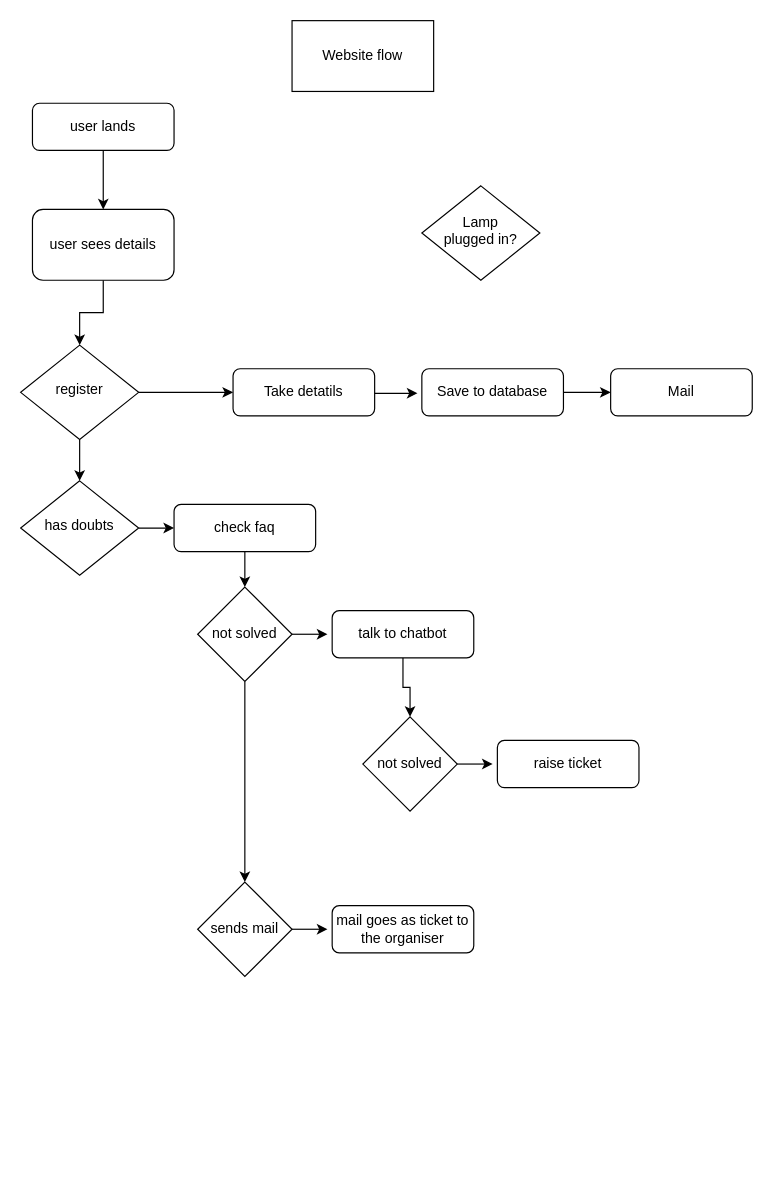
The draw.io diagram Untitled Diagram.drawio in aviiciii/misc, before the edit. Source tidied: cells renumbered, new cells numbered last; positions are measured from the earlier drawing's top-left corner, leaving out a move shared by most shapes. Both pictures are drawn from the tidied source at 118%, with x=0, y=0 at pixel (20, 20).
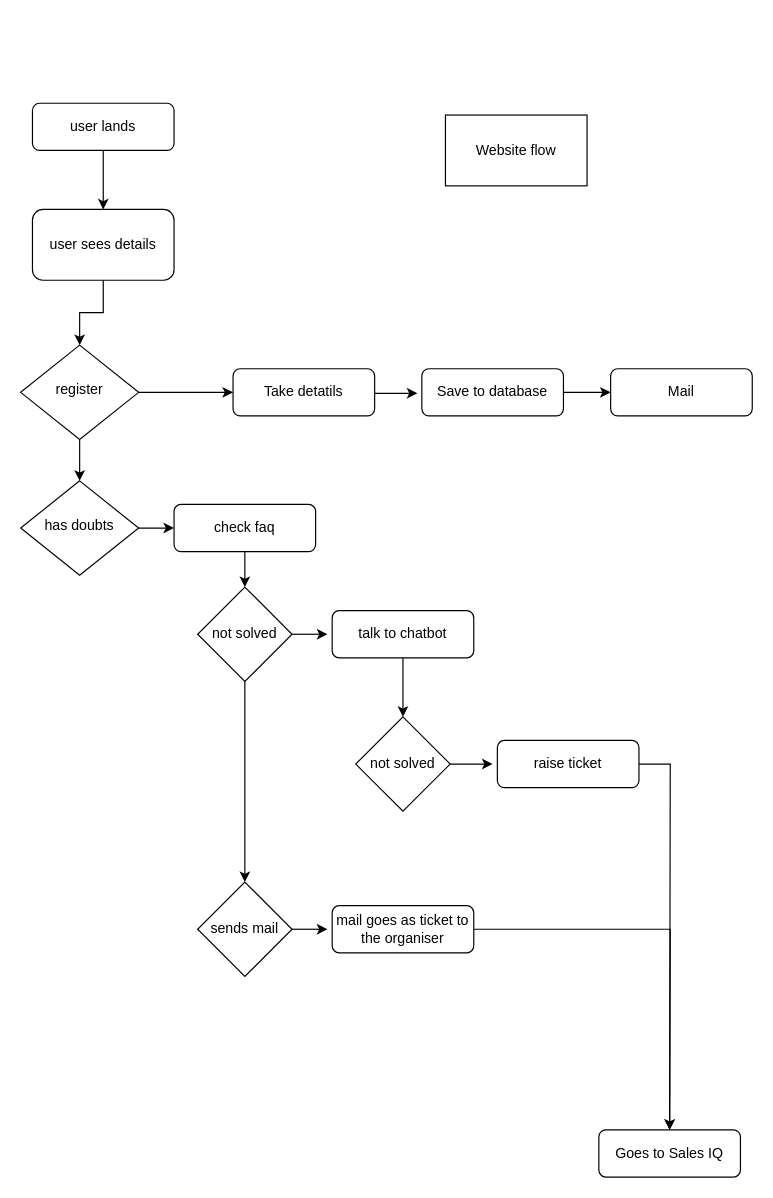
The same page after the edit.

Unchanged cells that the change refers to:
```xml
<mxCell id="27" value="raise ticket" style="rounded=1;whiteSpace=wrap;html=1;fontSize=12;glass=0;strokeWidth=1;shadow=0;" parent="1" vertex="1">
  <mxGeometry x="404" y="610" width="120" height="40" as="geometry" />
</mxCell>
<mxCell id="28" value="mail goes as ticket to the organiser" style="rounded=1;whiteSpace=wrap;html=1;fontSize=12;glass=0;strokeWidth=1;shadow=0;" parent="1" vertex="1">
  <mxGeometry x="264" y="750" width="120" height="40" as="geometry" />
</mxCell>
```

The edit, as a diff of the source:
```diff
@@
-    <mxCell id="4" value="Lamp&lt;br&gt;plugged in?" style="rhombus;whiteSpace=wrap;html=1;shadow=0;fontFamily=Helvetica;fontSize=12;align=center;strokeWidth=1;spacing=6;spacingTop=-4;" parent="1" vertex="1">
-      <mxGeometry x="340" y="140" width="100" height="80" as="geometry" />
-    </mxCell>
@@
     <mxCell id="11" value="Website flow" style="rounded=0;whiteSpace=wrap;html=1;" parent="1" vertex="1">
-      <mxGeometry x="230" width="120" height="60" as="geometry" />
+      <mxGeometry x="360" y="80" width="120" height="60" as="geometry" />
     </mxCell>
@@
     <mxCell id="25" value="not solved" style="rhombus;whiteSpace=wrap;html=1;" parent="1" vertex="1">
-      <mxGeometry x="290" y="590" width="80" height="80" as="geometry" />
+      <mxGeometry x="284" y="590" width="80" height="80" as="geometry" />
     </mxCell>
@@
+    <mxCell id="31" style="edgeStyle=orthogonalEdgeStyle;rounded=0;jettySize=auto;html=1;" parent="1" edge="1" source="27">
+      <mxGeometry relative="1" as="geometry">
+        <mxPoint x="550" y="940" as="targetPoint" />
+      </mxGeometry>
+    </mxCell>
@@
+    <mxCell id="32" style="edgeStyle=orthogonalEdgeStyle;rounded=0;jettySize=auto;html=1;" parent="1" edge="1" source="28">
+      <mxGeometry relative="1" as="geometry">
+        <mxPoint x="550" y="940" as="targetPoint" />
+      </mxGeometry>
+    </mxCell>
@@
+    <mxCell id="33" value="Goes to Sales IQ" style="rounded=1;whiteSpace=wrap;html=1;fontSize=12;glass=0;strokeWidth=1;shadow=0;" parent="1" vertex="1">
+      <mxGeometry x="490" y="940" width="120" height="40" as="geometry" />
+    </mxCell>
```
